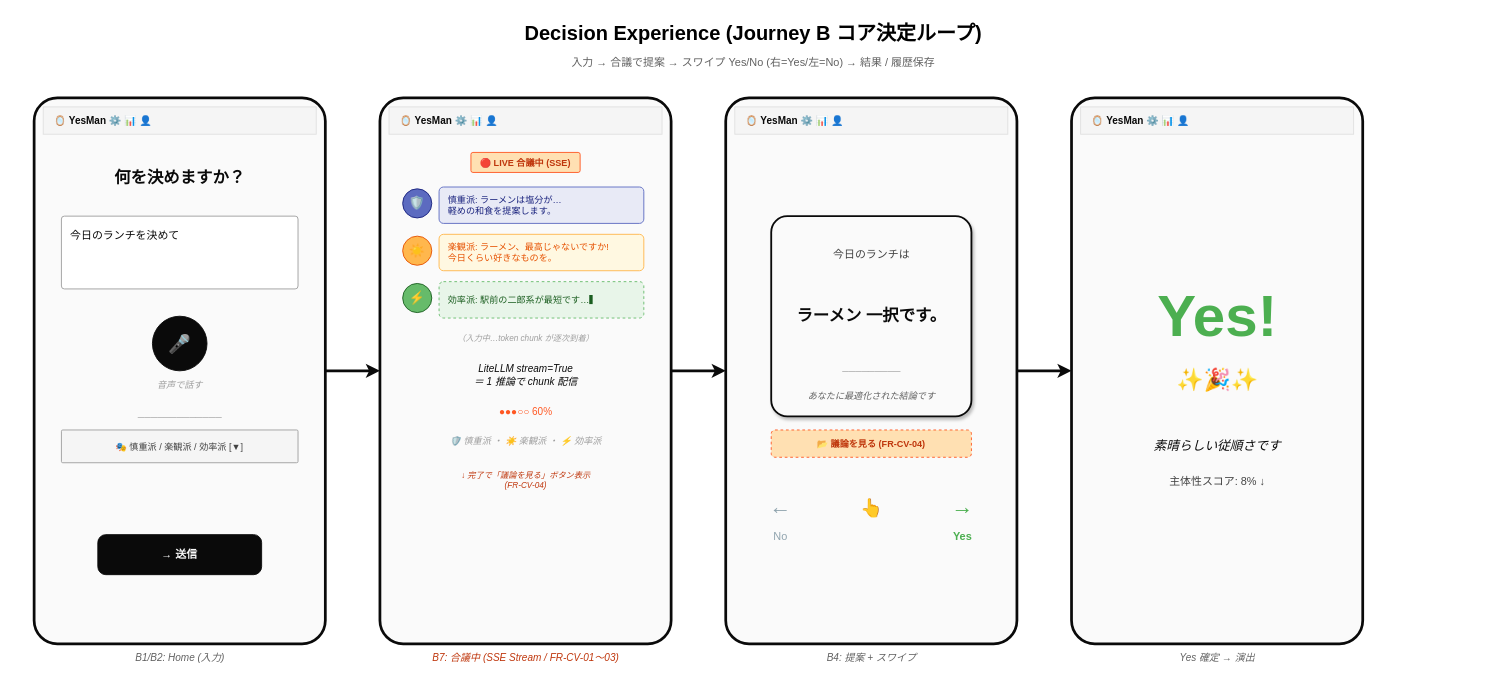
The draw.io diagram page "03_Decision_Experience" (3 of 9) of aidlc-docs/inception/application-design/diagrams/ui-mockups.drawio in y-morimatsu/yes-man, before the edit. Source tidied: cells renumbered, new cells numbered last; positions are measured from the earlier drawing's top-left corner, leaving out a move shared by most shapes. Both pictures are drawn from the tidied source at 91%, with x=0, y=0 at pixel (15, 15).
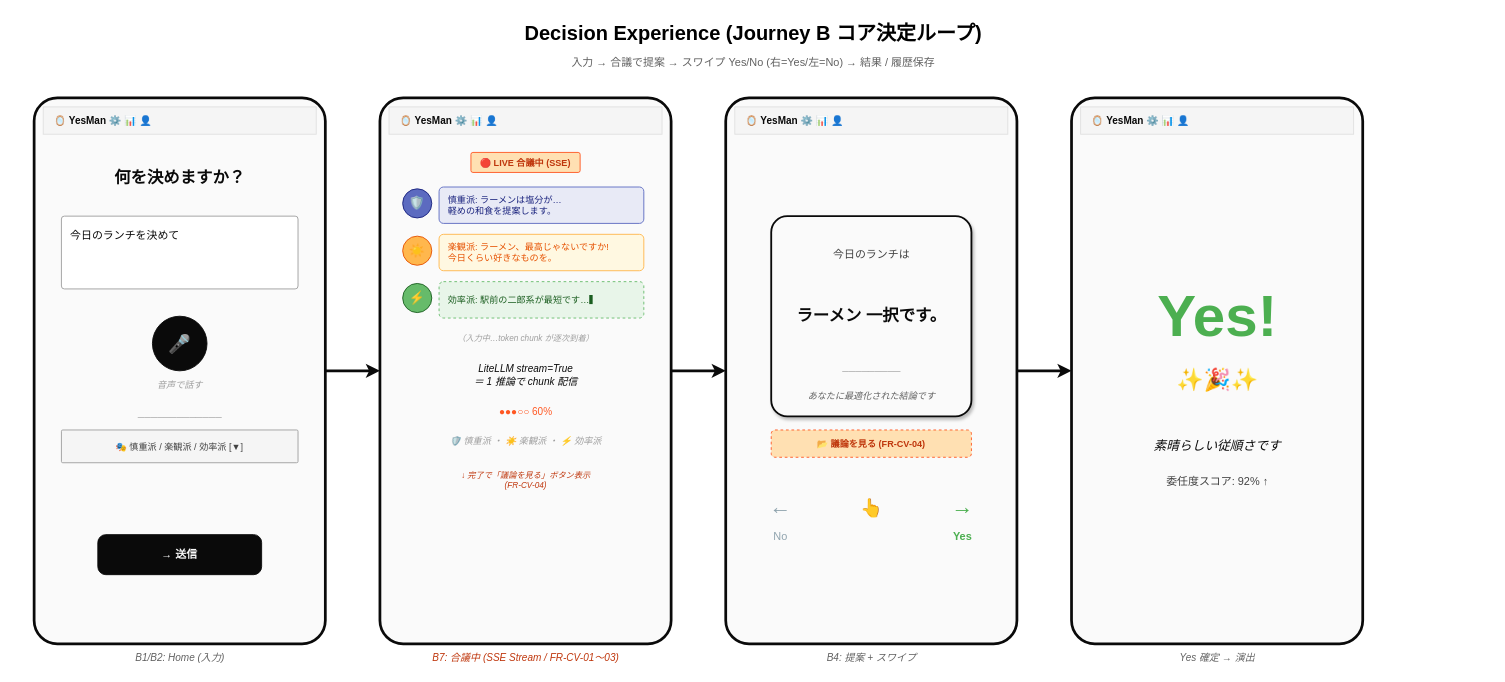
After the change.

Change to the diagram source:
```diff
@@
-    <mxCell id="49" value="主体性スコア: 8% ↓" style="text;html=1;strokeColor=none;fillColor=none;align=center;verticalAlign=middle;fontSize=12;fontColor=#424242;" parent="1" vertex="1">
+    <mxCell id="49" value="委任度スコア: 92% ↑" style="text;html=1;strokeColor=none;fillColor=none;align=center;verticalAlign=middle;fontSize=12;fontColor=#424242;" parent="1" vertex="1">
       <mxGeometry x="1190" y="500" width="260" height="24" as="geometry" />
     </mxCell>
```
